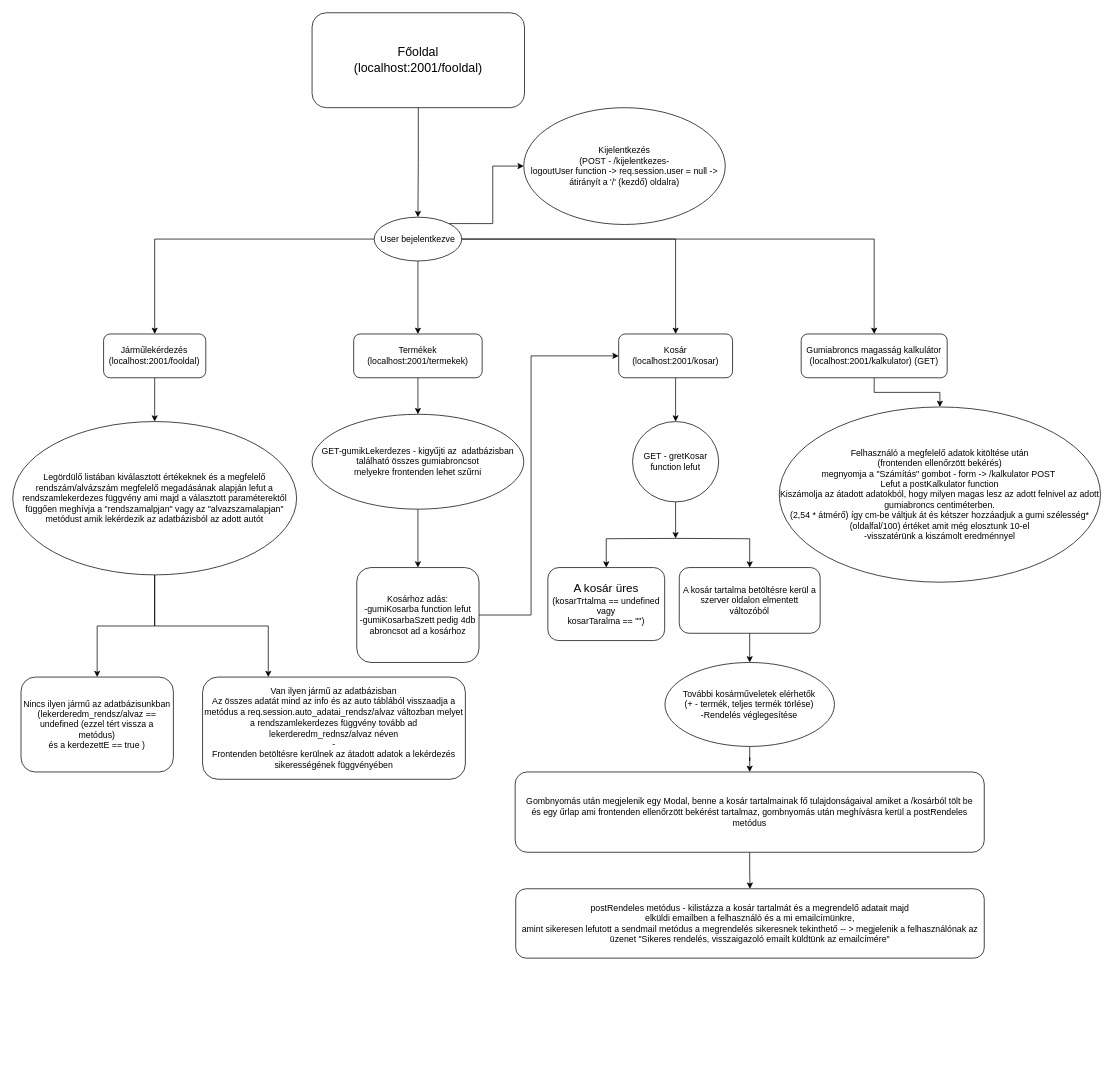
This is Pusoma/diagram2.drawio from szekelyaron/OKJ_vizsgaremek, a draw.io file, before an edit. Source tidied: cells renumbered, new cells numbered last; positions are measured from the earlier drawing's top-left corner, leaving out a move shared by most shapes. Both pictures are drawn from the tidied source at 73%, with x=0, y=0 at pixel (12, 12).
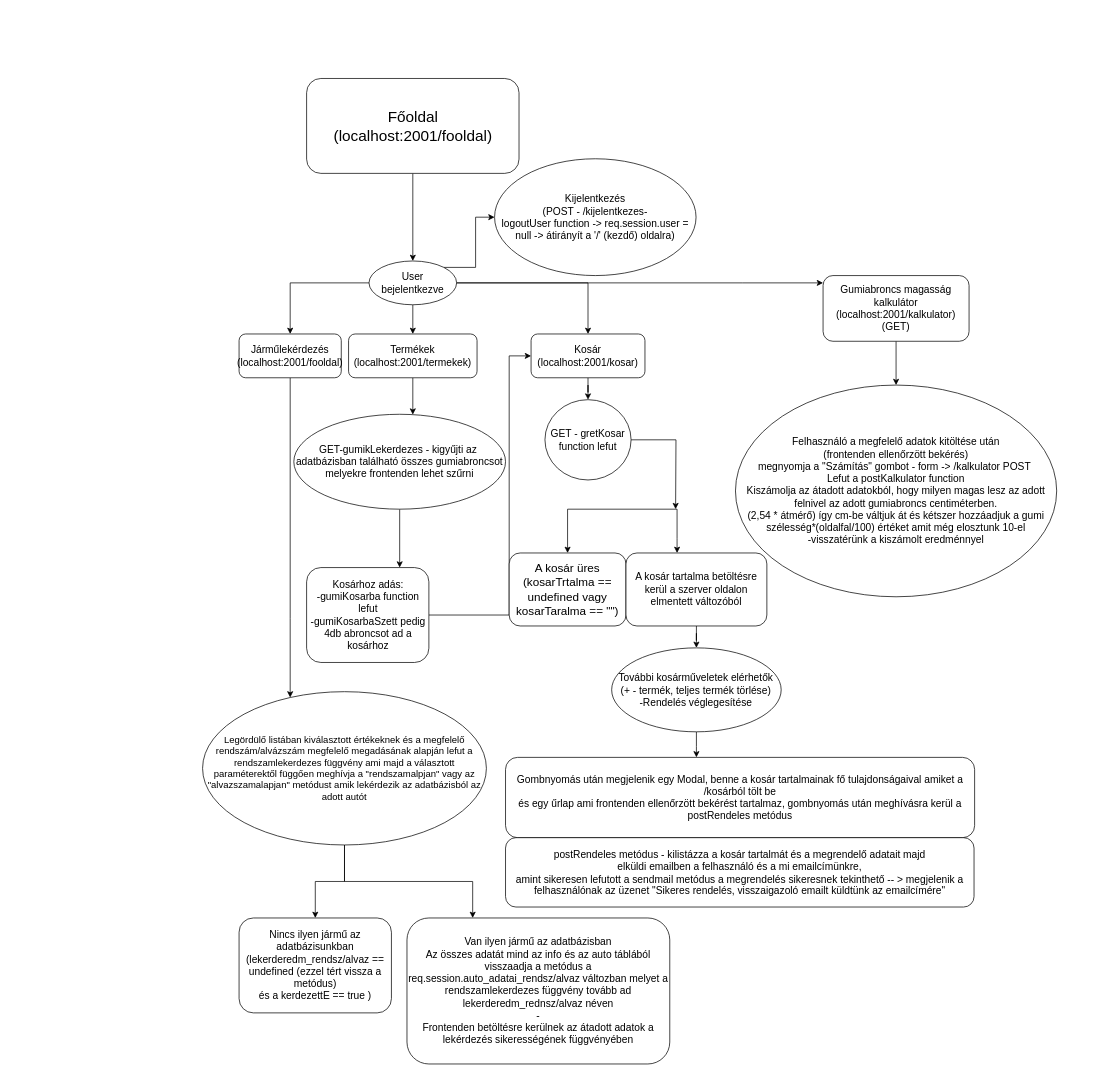
Above is the later version.

What changed in the source:
```diff
@@
-    <mxCell id="3" value="&lt;font style=&quot;font-size: 17px&quot;&gt;Főoldal&lt;br&gt;(localhost:2001/fooldal)&lt;/font&gt;" style="rounded=1;whiteSpace=wrap;html=1;" parent="1" vertex="1">
-      <mxGeometry x="410" width="291" height="130" as="geometry" />
+    <mxCell id="3" value="&lt;font style=&quot;font-size: 21px&quot;&gt;Főoldal&lt;br&gt;(localhost:2001/fooldal)&lt;/font&gt;" style="rounded=1;whiteSpace=wrap;html=1;" parent="1" vertex="1">
+      <mxGeometry x="402.5" y="90" width="291" height="130" as="geometry" />
     </mxCell>
@@
     <mxCell id="7" style="edgeStyle=orthogonalEdgeStyle;rounded=0;jettySize=auto;html=1;fontSize=17;" parent="1" edge="1" source="9" target="18">
-      <mxGeometry relative="1" as="geometry" />
+      <mxGeometry relative="1" as="geometry">
+        <Array as="points">
+          <mxPoint x="1000" y="370" />
+          <mxPoint x="1000" y="370" />
+        </Array>
+      </mxGeometry>
     </mxCell>
@@
-    <mxCell id="9" value="User bejelentkezve" style="ellipse;whiteSpace=wrap;html=1;rounded=1;" parent="1" vertex="1">
-      <mxGeometry x="495" y="280" width="120" height="60" as="geometry" />
+    <mxCell id="9" value="&lt;font style=&quot;font-size: 14px&quot;&gt;User bejelentkezve&lt;/font&gt;" style="ellipse;whiteSpace=wrap;html=1;rounded=1;" parent="1" vertex="1">
+      <mxGeometry x="488" y="340" width="120" height="60" as="geometry" />
     </mxCell>
-    <mxCell id="10" value="Kijelentkezés&lt;br&gt;(POST - /kijelentkezes- &lt;br&gt;logoutUser function -&amp;gt; req.session.user = null -&amp;gt; átirányít a '/' (kezdő) oldalra)" style="ellipse;whiteSpace=wrap;html=1;rounded=1;" parent="1" vertex="1">
-      <mxGeometry x="700" y="130" width="276" height="160" as="geometry" />
+    <mxCell id="10" value="&lt;font style=&quot;font-size: 14px&quot;&gt;Kijelentkezés&lt;br&gt;(POST - /kijelentkezes- &lt;br&gt;logoutUser function -&amp;gt; req.session.user = null -&amp;gt; átirányít a '/' (kezdő) oldalra)&lt;/font&gt;" style="ellipse;whiteSpace=wrap;html=1;rounded=1;" parent="1" vertex="1">
+      <mxGeometry x="660" y="200" width="276" height="160" as="geometry" />
     </mxCell>
     <mxCell id="11" style="edgeStyle=orthogonalEdgeStyle;rounded=0;jettySize=auto;html=1;fontSize=17;" parent="1" edge="1" source="12" target="21">
-      <mxGeometry relative="1" as="geometry" />
+      <mxGeometry relative="1" as="geometry">
+        <Array as="points">
+          <mxPoint x="380" y="830" />
+          <mxPoint x="380" y="830" />
+        </Array>
+      </mxGeometry>
     </mxCell>
-    <mxCell id="12" value="Járműlekérdezés&lt;br&gt;(localhost:2001/fooldal)" style="whiteSpace=wrap;html=1;rounded=1;" parent="1" vertex="1">
-      <mxGeometry x="124.4" y="440" width="140" height="60" as="geometry" />
+    <mxCell id="12" value="&lt;font style=&quot;font-size: 14px&quot;&gt;Járműlekérdezés&lt;br&gt;(localhost:2001/fooldal)&lt;/font&gt;" style="whiteSpace=wrap;html=1;rounded=1;" parent="1" vertex="1">
+      <mxGeometry x="310" y="440" width="140" height="60" as="geometry" />
     </mxCell>
     <mxCell id="13" style="edgeStyle=orthogonalEdgeStyle;rounded=0;jettySize=auto;html=1;fontSize=17;" parent="1" edge="1" source="14" target="23">
-      <mxGeometry relative="1" as="geometry" />
+      <mxGeometry relative="1" as="geometry">
+        <Array as="points">
+          <mxPoint x="548" y="540" />
+          <mxPoint x="548" y="540" />
+        </Array>
+      </mxGeometry>
     </mxCell>
-    <mxCell id="14" value="Termékek&lt;br&gt;(localhost:2001/termekek)" style="whiteSpace=wrap;html=1;rounded=1;" parent="1" vertex="1">
-      <mxGeometry x="467" y="440" width="176" height="60" as="geometry" />
+    <mxCell id="14" value="&lt;font style=&quot;font-size: 14px&quot;&gt;Termékek&lt;br&gt;(localhost:2001/termekek)&lt;/font&gt;" style="whiteSpace=wrap;html=1;rounded=1;" parent="1" vertex="1">
+      <mxGeometry x="460" y="440" width="176" height="60" as="geometry" />
     </mxCell>
@@
-    <mxCell id="16" value="Kosár&lt;br&gt;(localhost:2001/kosar)" style="whiteSpace=wrap;html=1;rounded=1;" parent="1" vertex="1">
-      <mxGeometry x="830" y="440" width="156" height="60" as="geometry" />
+    <mxCell id="16" value="&lt;font style=&quot;font-size: 14px&quot;&gt;Kosár&lt;br&gt;(localhost:2001/kosar)&lt;/font&gt;" style="whiteSpace=wrap;html=1;rounded=1;" parent="1" vertex="1">
+      <mxGeometry x="710" y="440" width="156" height="60" as="geometry" />
     </mxCell>
@@
-    <mxCell id="18" value="Gumiabroncs magasság kalkulátor&lt;br&gt;(localhost:2001/kalkulator) (GET)" style="whiteSpace=wrap;html=1;rounded=1;" parent="1" vertex="1">
-      <mxGeometry x="1080" y="440" width="200" height="60" as="geometry" />
+    <mxCell id="18" value="&lt;font style=&quot;font-size: 14px&quot;&gt;Gumiabroncs magasság kalkulátor&lt;br&gt;(localhost:2001/kalkulator) (GET)&lt;/font&gt;" style="whiteSpace=wrap;html=1;rounded=1;" parent="1" vertex="1">
+      <mxGeometry x="1110" y="360" width="200" height="90" as="geometry" />
     </mxCell>
@@
-    <mxCell id="21" value="Legördülő listában kiválasztott értékeknek és a megfelelő rendszám/alvázszám megfelelő megadásának alapján lefut a rendszamlekerdezes függvény ami majd a választott paraméterektől függően meghívja a &quot;rendszamalpjan&quot; vagy az &quot;alvazszamalapjan&quot; metódust amik lekérdezik az adatbázisból az adott autót" style="ellipse;whiteSpace=wrap;html=1;rounded=1;" parent="1" vertex="1">
-      <mxGeometry y="560" width="388.8" height="210" as="geometry" />
+    <mxCell id="21" value="&lt;font style=&quot;font-size: 13px&quot;&gt;Legördülő listában kiválasztott értékeknek és a megfelelő rendszám/alvázszám megfelelő megadásának alapján lefut a rendszamlekerdezes függvény ami majd a választott paraméterektől függően meghívja a &quot;rendszamalpjan&quot; vagy az &quot;alvazszamalapjan&quot; metódust amik lekérdezik az adatbázisból az adott autót&lt;/font&gt;" style="ellipse;whiteSpace=wrap;html=1;rounded=1;" parent="1" vertex="1">
+      <mxGeometry x="260" y="930" width="388.8" height="210" as="geometry" />
     </mxCell>
     <mxCell id="22" style="edgeStyle=orthogonalEdgeStyle;rounded=0;jettySize=auto;html=1;fontSize=17;" parent="1" edge="1" source="23" target="25">
-      <mxGeometry relative="1" as="geometry" />
+      <mxGeometry relative="1" as="geometry">
+        <Array as="points">
+          <mxPoint x="530" y="740" />
+          <mxPoint x="530" y="740" />
+        </Array>
+      </mxGeometry>
     </mxCell>
-    <mxCell id="23" value="GET-gumikLekerdezes - kigyűjti az&amp;nbsp; adatbázisban található összes gumiabroncsot&lt;br&gt;melyekre frontenden lehet szűrni" style="ellipse;whiteSpace=wrap;html=1;rounded=1;" parent="1" vertex="1">
-      <mxGeometry x="410" y="550" width="290" height="130" as="geometry" />
+    <mxCell id="23" value="&lt;font style=&quot;font-size: 14px&quot;&gt;GET-gumikLekerdezes - kigyűjti az&amp;nbsp; adatbázisban található összes gumiabroncsot&lt;br&gt;melyekre frontenden lehet szűrni&lt;/font&gt;" style="ellipse;whiteSpace=wrap;html=1;rounded=1;" parent="1" vertex="1">
+      <mxGeometry x="385" y="550" width="290" height="130" as="geometry" />
     </mxCell>
     <mxCell id="24" style="edgeStyle=orthogonalEdgeStyle;rounded=0;jettySize=auto;html=1;entryX=0;entryY=0.5;entryDx=0;entryDy=0;" parent="1" edge="1" source="25" target="16">
       <mxGeometry relative="1" as="geometry">
         <Array as="points">
-          <mxPoint x="710" y="825" />
-          <mxPoint x="710" y="470" />
+          <mxPoint x="680" y="825" />
+          <mxPoint x="680" y="470" />
         </Array>
       </mxGeometry>
     </mxCell>
-    <mxCell id="25" value="Kosárhoz adás:&lt;br&gt;-gumiKosarba function lefut&lt;br&gt;-gumiKosarbaSzett pedig 4db abroncsot ad a kosárhoz" style="whiteSpace=wrap;html=1;rounded=1;" parent="1" vertex="1">
-      <mxGeometry x="471.2" y="760" width="167.5" height="130" as="geometry" />
+    <mxCell id="25" value="&lt;font style=&quot;font-size: 14px&quot;&gt;Kosárhoz adás:&lt;br&gt;-gumiKosarba function lefut&lt;br&gt;-gumiKosarbaSzett pedig 4db abroncsot ad a kosárhoz&lt;/font&gt;" style="whiteSpace=wrap;html=1;rounded=1;" parent="1" vertex="1">
+      <mxGeometry x="402.5" y="760" width="167.5" height="130" as="geometry" />
     </mxCell>
     <mxCell id="26" style="edgeStyle=orthogonalEdgeStyle;rounded=0;jettySize=auto;html=1;fontSize=17;" parent="1" edge="1" target="30">
       <mxGeometry relative="1" as="geometry">
-        <mxPoint x="910" y="720" as="sourcePoint" />
+        <mxPoint x="910" y="680" as="sourcePoint" />
+        <Array as="points">
+          <mxPoint x="910" y="680" />
+          <mxPoint x="760" y="680" />
+        </Array>
       </mxGeometry>
     </mxCell>
     <mxCell id="27" style="edgeStyle=orthogonalEdgeStyle;rounded=0;jettySize=auto;html=1;fontSize=17;" parent="1" edge="1" target="32">
       <mxGeometry relative="1" as="geometry">
-        <mxPoint x="910" y="720" as="sourcePoint" />
+        <mxPoint x="910" y="680" as="sourcePoint" />
+        <Array as="points">
+          <mxPoint x="910" y="720" />
+          <mxPoint x="910" y="720" />
+        </Array>
       </mxGeometry>
     </mxCell>
     <mxCell id="28" style="edgeStyle=orthogonalEdgeStyle;rounded=0;jettySize=auto;html=1;" parent="1" edge="1" source="29">
       <mxGeometry relative="1" as="geometry">
-        <mxPoint x="908" y="720" as="targetPoint" />
+        <mxPoint x="908" y="680" as="targetPoint" />
       </mxGeometry>
     </mxCell>
-    <mxCell id="29" value="GET - gretKosar function lefut" style="ellipse;whiteSpace=wrap;html=1;rounded=1;" parent="1" vertex="1">
-      <mxGeometry x="849" y="560" width="118" height="110" as="geometry" />
+    <mxCell id="29" value="&lt;font style=&quot;font-size: 14px&quot;&gt;GET - gretKosar function lefut&lt;/font&gt;" style="ellipse;whiteSpace=wrap;html=1;rounded=1;" parent="1" vertex="1">
+      <mxGeometry x="729" y="530" width="118" height="110" as="geometry" />
     </mxCell>
-    <mxCell id="30" value="&lt;font style=&quot;font-size: 16px&quot;&gt;A kosár üres&lt;/font&gt;&lt;br&gt;(kosarTrtalma == undefined vagy&lt;br&gt;kosarTaralma == &quot;&quot;)" style="whiteSpace=wrap;html=1;rounded=1;" parent="1" vertex="1">
-      <mxGeometry x="733" y="760" width="160" height="100" as="geometry" />
+    <mxCell id="30" value="&lt;font style=&quot;font-size: 16px&quot;&gt;&lt;font style=&quot;font-size: 16px&quot;&gt;A kosár üres&lt;/font&gt;&lt;br&gt;(kosarTrtalma == undefined vagy&lt;br&gt;kosarTaralma == &quot;&quot;)&lt;/font&gt;" style="whiteSpace=wrap;html=1;rounded=1;" parent="1" vertex="1">
+      <mxGeometry x="680" y="740" width="160" height="100" as="geometry" />
     </mxCell>
@@
-    <mxCell id="32" value="A kosár tartalma betöltésre kerül a szerver oldalon elmentett változóból" style="whiteSpace=wrap;html=1;rounded=1;" parent="1" vertex="1">
-      <mxGeometry x="913" y="760" width="193" height="90" as="geometry" />
+    <mxCell id="32" value="&lt;font style=&quot;font-size: 14px&quot;&gt;A kosár tartalma betöltésre kerül a szerver oldalon elmentett változóból&lt;/font&gt;" style="whiteSpace=wrap;html=1;rounded=1;" parent="1" vertex="1">
+      <mxGeometry x="840" y="740" width="193" height="100" as="geometry" />
     </mxCell>
     <mxCell id="33" style="edgeStyle=orthogonalEdgeStyle;rounded=0;jettySize=auto;html=1;" parent="1" edge="1" source="34" target="39">
-      <mxGeometry relative="1" as="geometry" />
+      <mxGeometry relative="1" as="geometry">
+        <Array as="points">
+          <mxPoint x="937" y="1005" />
+          <mxPoint x="937" y="1005" />
+        </Array>
+      </mxGeometry>
     </mxCell>
-    <mxCell id="34" value="További kosárműveletek elérhetők&lt;br&gt;(+ - termék, teljes termék törlése)&lt;br&gt;-Rendelés véglegesítése" style="ellipse;whiteSpace=wrap;html=1;rounded=1;" parent="1" vertex="1">
-      <mxGeometry x="893.4" y="890" width="232.2" height="115" as="geometry" />
+    <mxCell id="34" value="&lt;font style=&quot;font-size: 14px&quot;&gt;További kosárműveletek elérhetők&lt;br&gt;(+ - termék, teljes termék törlése)&lt;br&gt;-Rendelés véglegesítése&lt;/font&gt;" style="ellipse;whiteSpace=wrap;html=1;rounded=1;" parent="1" vertex="1">
+      <mxGeometry x="820.4" y="870" width="232.2" height="115" as="geometry" />
     </mxCell>
-    <mxCell id="35" value="Felhasználó a megfelelő adatok kitöltése után&lt;br&gt;(frontenden ellenőrzött bekérés)&lt;br&gt;megnyomja a &quot;Számítás&quot; gombot - form -&amp;gt; /kalkulator POST&amp;nbsp;&lt;br&gt;Lefut a postKalkulator function&lt;br&gt;Kiszámolja az átadott adatokból, hogy milyen magas lesz az adott felnivel az adott gumiabroncs centiméterben.&lt;br&gt;(2,54 * átmérő) így cm-be váltjuk át és kétszer hozzáadjuk a gumi szélesség*(oldalfal/100) értéket amit még elosztunk 10-el&lt;br&gt;-visszatérünk a kiszámolt eredménnyel" style="ellipse;whiteSpace=wrap;html=1;rounded=1;" parent="1" vertex="1">
-      <mxGeometry x="1050" y="540" width="440" height="240" as="geometry" />
+    <mxCell id="35" value="&lt;font style=&quot;font-size: 14px&quot;&gt;Felhasználó a megfelelő adatok kitöltése után&lt;br&gt;(frontenden ellenőrzött bekérés)&lt;br&gt;megnyomja a &quot;Számítás&quot; gombot - form -&amp;gt; /kalkulator POST&amp;nbsp;&lt;br&gt;Lefut a postKalkulator function&lt;br&gt;Kiszámolja az átadott adatokból, hogy milyen magas lesz az adott felnivel az adott gumiabroncs centiméterben.&lt;br&gt;(2,54 * átmérő) így cm-be váltjuk át és kétszer hozzáadjuk a gumi szélesség*(oldalfal/100) értéket amit még elosztunk 10-el&lt;br&gt;-visszatérünk a kiszámolt eredménnyel&lt;/font&gt;" style="ellipse;whiteSpace=wrap;html=1;rounded=1;" parent="1" vertex="1">
+      <mxGeometry x="990" y="510" width="440" height="290" as="geometry" />
     </mxCell>
-    <mxCell id="36" value="Nincs ilyen jármű az adatbázisunkban&lt;br&gt;(lekerderedm_rendsz/alvaz == undefined (ezzel tért vissza a metódus)&lt;br&gt;és a kerdezettE == true )" style="whiteSpace=wrap;html=1;rounded=1;" parent="1" vertex="1">
-      <mxGeometry x="11.3" y="910" width="208.7" height="130" as="geometry" />
+    <mxCell id="36" value="&lt;font style=&quot;font-size: 14px&quot;&gt;Nincs ilyen jármű az adatbázisunkban&lt;br&gt;(lekerderedm_rendsz/alvaz == undefined (ezzel tért vissza a metódus)&lt;br&gt;és a kerdezettE == true )&lt;/font&gt;" style="whiteSpace=wrap;html=1;rounded=1;" parent="1" vertex="1">
+      <mxGeometry x="310" y="1240" width="208.7" height="130" as="geometry" />
     </mxCell>
-    <mxCell id="37" value="Van ilyen jármű az adatbázisban&lt;br&gt;Az összes adatát mind az info és az auto táblából visszaadja a metódus a req.session.auto_adatai_rendsz/alvaz változban melyet a rendszamlekerdezes függvény tovább ad lekerderedm_rednsz/alvaz néven&lt;br&gt;-&lt;br&gt;Frontenden betöltésre kerülnek az átadott adatok a lekérdezés sikerességének függvényében" style="whiteSpace=wrap;html=1;rounded=1;" parent="1" vertex="1">
-      <mxGeometry x="260" y="910" width="360" height="140" as="geometry" />
+    <mxCell id="37" value="&lt;font style=&quot;font-size: 14px&quot;&gt;Van ilyen jármű az adatbázisban&lt;br&gt;Az összes adatát mind az info és az auto táblából visszaadja a metódus a req.session.auto_adatai_rendsz/alvaz változban melyet a rendszamlekerdezes függvény tovább ad lekerderedm_rednsz/alvaz néven&lt;br&gt;-&lt;br&gt;Frontenden betöltésre kerülnek az átadott adatok a lekérdezés sikerességének függvényében&lt;/font&gt;" style="whiteSpace=wrap;html=1;rounded=1;" parent="1" vertex="1">
+      <mxGeometry x="540" y="1240" width="360" height="200" as="geometry" />
     </mxCell>
@@
-    <mxCell id="39" value="Gombnyomás után megjelenik egy Modal, benne a kosár tartalmainak fő tulajdonságaival amiket a /kosárból tölt be&lt;br&gt;és egy űrlap ami frontenden ellenőrzött bekérést tartalmaz, gombnyomás után meghívásra kerül a postRendeles metódus" style="whiteSpace=wrap;html=1;rounded=1;" parent="1" vertex="1">
-      <mxGeometry x="688.2" y="1040" width="642.6" height="110" as="geometry" />
+    <mxCell id="39" value="&lt;font style=&quot;font-size: 14px&quot;&gt;Gombnyomás után megjelenik egy Modal, benne a kosár tartalmainak fő tulajdonságaival amiket a /kosárból tölt be&lt;br&gt;és egy űrlap ami frontenden ellenőrzött bekérést tartalmaz, gombnyomás után meghívásra kerül a postRendeles metódus&lt;/font&gt;" style="whiteSpace=wrap;html=1;rounded=1;" parent="1" vertex="1">
+      <mxGeometry x="675" y="1020" width="642.6" height="110" as="geometry" />
     </mxCell>
-    <mxCell id="40" value="postRendeles metódus - kilistázza a kosár tartalmát és a megrendelő adatait majd&lt;br&gt;elküldi emailben a felhasználó és a mi emailcímünkre,&lt;br&gt;amint sikeresen lefutott a sendmail metódus a megrendelés sikeresnek tekinthető -- &amp;gt; megjelenik a felhasználónak az üzenet &quot;Sikeres rendelés, visszaigazoló emailt küldtünk az emailcímére&quot;" style="whiteSpace=wrap;html=1;rounded=1;" parent="1" vertex="1">
-      <mxGeometry x="689" y="1200" width="641.8" height="95" as="geometry" />
+    <mxCell id="40" value="&lt;font style=&quot;font-size: 14px&quot;&gt;postRendeles metódus - kilistázza a kosár tartalmát és a megrendelő adatait majd&lt;br&gt;elküldi emailben a felhasználó és a mi emailcímünkre,&lt;br&gt;amint sikeresen lefutott a sendmail metódus a megrendelés sikeresnek tekinthető -- &amp;gt; megjelenik a felhasználónak az üzenet &quot;Sikeres rendelés, visszaigazoló emailt küldtünk az emailcímére&quot;&lt;/font&gt;" style="whiteSpace=wrap;html=1;rounded=1;" parent="1" vertex="1">
+      <mxGeometry x="675" y="1130" width="641.8" height="95" as="geometry" />
     </mxCell>
```
